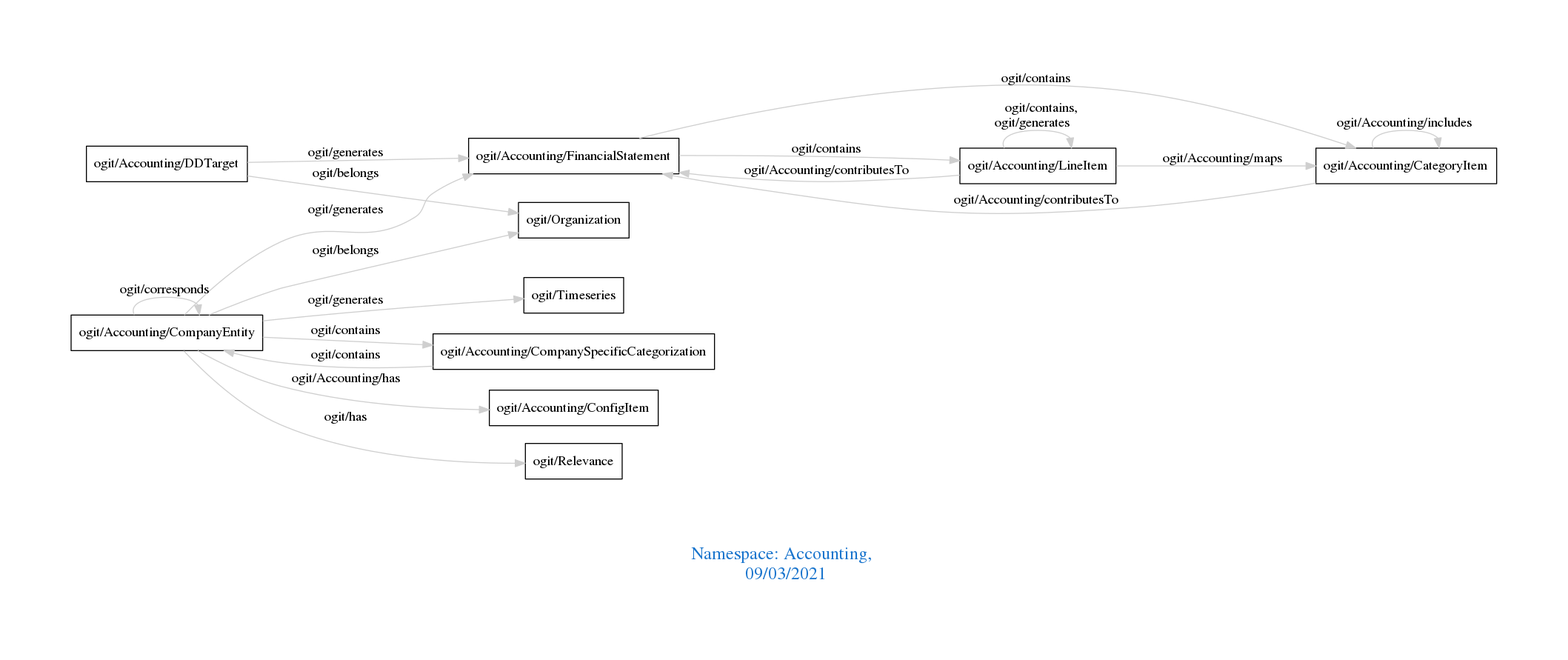
The Graphviz diagram downloads/Accounting.png in arago/OGIT, before a commit. Its source is kept beside it as downloads/Accounting.dot.
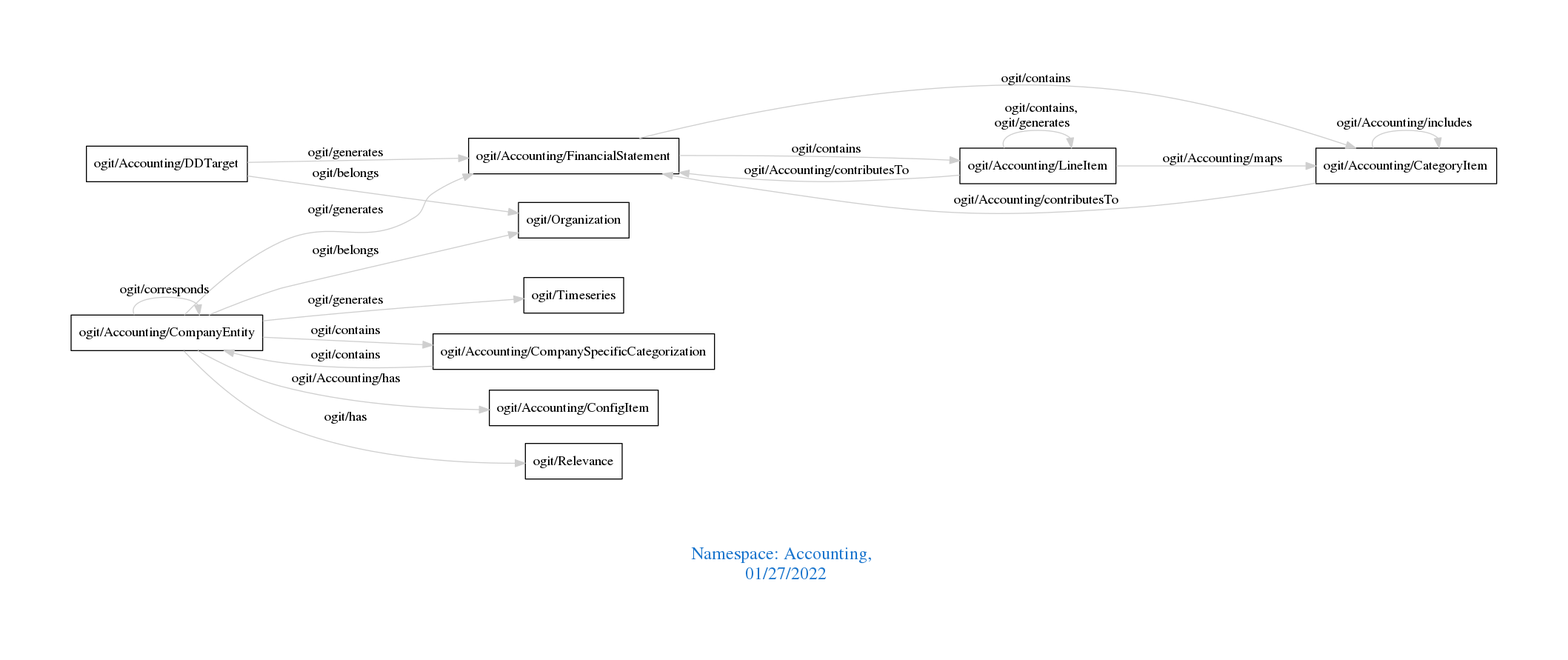
Above is the later version.

What changed in the source:
```diff
@@ -1,7 +1,7 @@
 digraph OGIT_ontology {
  graph [ rankdir= LR,pad=1
 fontsize = 18,
-fontcolor= dodgerblue3,label = "\n\n\nNamespace: Accounting, \n 09/03/2021"];
+fontcolor= dodgerblue3,label = "\n\n\nNamespace: Accounting, \n 01/27/2022"];
 node[shape=polygon];
 edge [  color="gray81"];
 
@@ -12,8 +12,8 @@
    "ogit/Accounting/CompanyEntity" -> "ogit/Accounting/FinancialStatement" [label="   ogit/generates    "];
    "ogit/Accounting/CompanyEntity" -> "ogit/Timeseries" [label="   ogit/generates    "];
    "ogit/Accounting/DDTarget" -> "ogit/Accounting/FinancialStatement" [label="   ogit/generates    "];
+   "ogit/Accounting/LineItem" -> "ogit/Accounting/FinancialStatement" [label="   ogit/Accounting/contributesTo    "];
    "ogit/Accounting/CategoryItem" -> "ogit/Accounting/FinancialStatement" [label="   ogit/Accounting/contributesTo    "];
-   "ogit/Accounting/LineItem" -> "ogit/Accounting/FinancialStatement" [label="   ogit/Accounting/contributesTo    "];
    "ogit/Accounting/LineItem" -> "ogit/Accounting/CategoryItem" [label="   ogit/Accounting/maps    "];
    "ogit/Accounting/CompanyEntity" -> "ogit/Organization" [label="   ogit/belongs    "];
    "ogit/Accounting/DDTarget" -> "ogit/Organization" [label="   ogit/belongs    "];
```
